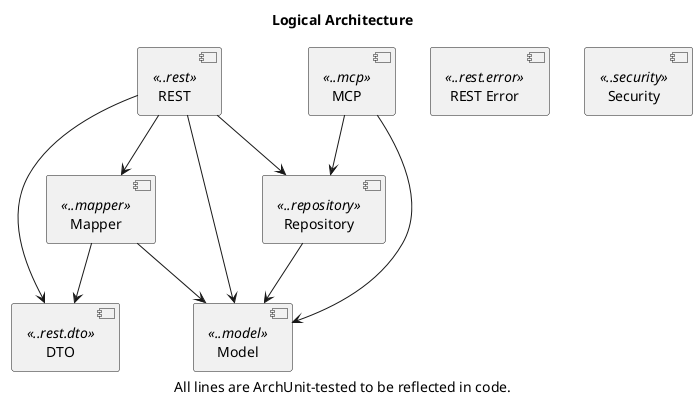
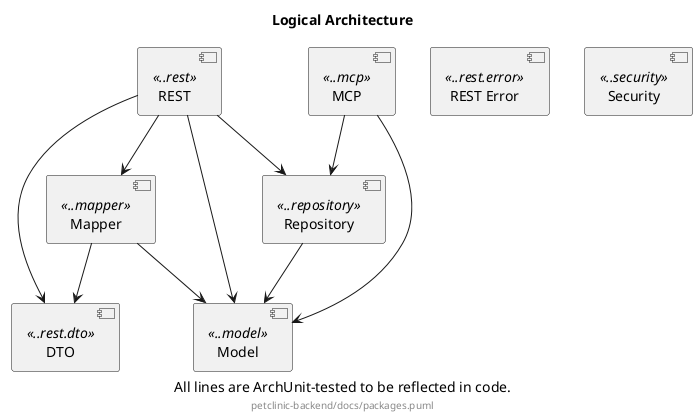
@startuml

title Logical Architecture
caption All lines are ArchUnit-tested to be reflected in code.
+ footer petclinic-backend/docs/packages.puml

[Model] <<..model>>
[Repository] <<..repository>>
[DTO] <<..rest.dto>>
[REST Error] <<..rest.error>>
[Mapper] <<..mapper>>
[REST] <<..rest>>
[Security] <<..security>>
[MCP] <<..mcp>>

[Repository] --> [Model]
[Mapper] --> [Model]
[Mapper] --> [DTO]
[REST] --> [Model]
[REST] --> [Repository]
[REST] --> [Mapper]
[REST] --> [DTO]
[MCP] --> [Model]
[MCP] --> [Repository]

@enduml
